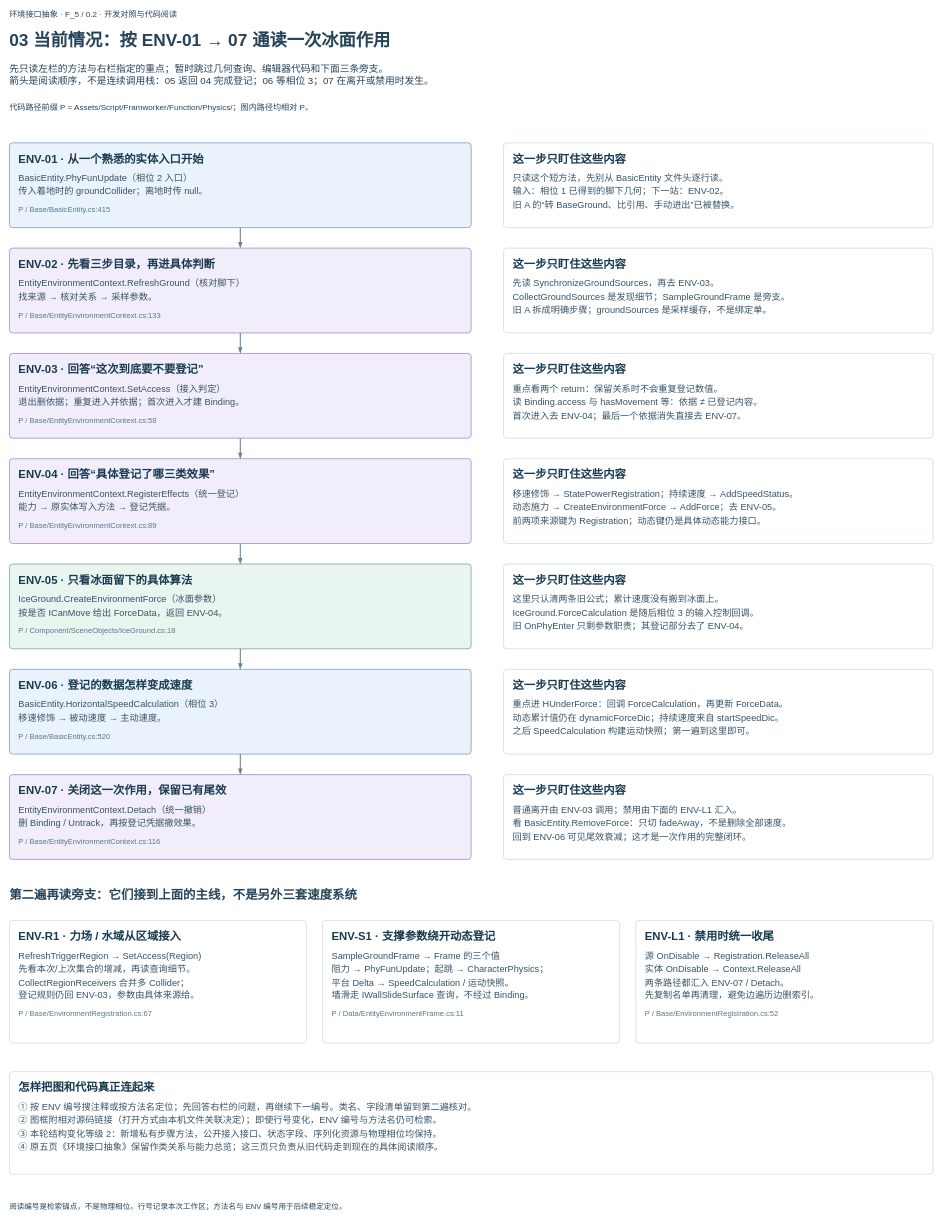
Above: page "03 当前情况：按 ENV-01 → 07 通读一次冰面作用" (3 of 3) of Docs/环境接口抽象-开发对照.drawio in TaiTanw/New2DObject (draw.io), before the change. Source tidied: cells renumbered, new cells numbered last; positions are measured from the earlier drawing's top-left corner, leaving out a move shared by most shapes. Both pictures are drawn from the tidied source at 54%, with x=0, y=0 at pixel (9, 9).
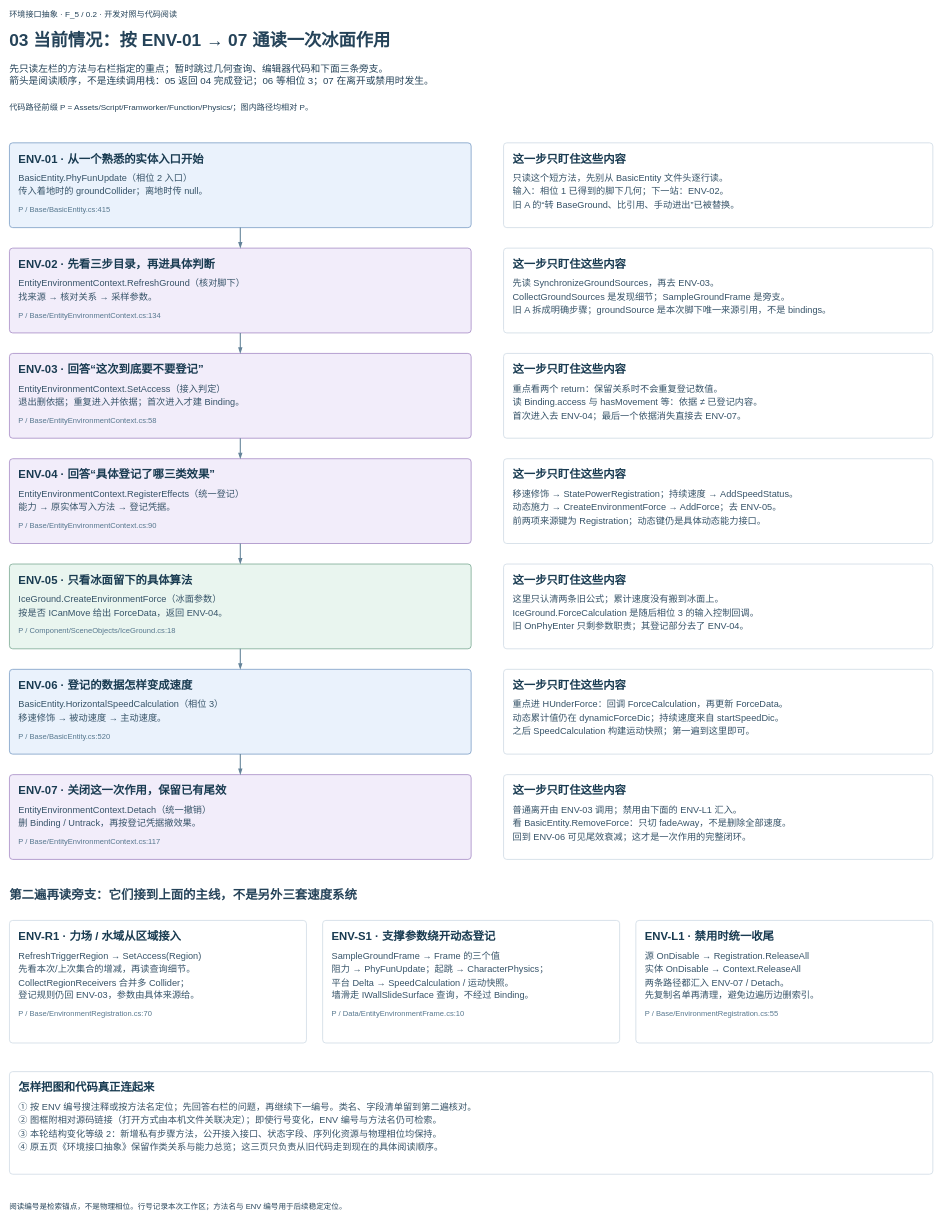
After the change.

The edit, as a diff of the source:
```diff
@@
-    <mxCell id="9" value="&lt;div style=&quot;box-sizing:border-box;padding:15px 17px;width:100%;font-family:Microsoft YaHei;line-height:1.45;text-align:left;&quot;&gt;&lt;div style=&quot;font-size:21px;font-weight:bold;color:#193B51;&quot;&gt;ENV-02 · 先看三步目录，再进具体判断&lt;/div&gt;&lt;div style=&quot;font-size:17px;color:#365368;margin-top:9px;&quot;&gt;EntityEnvironmentContext.RefreshGround（核对脚下）&lt;br&gt;找来源 → 核对关系 → 采样参数。&lt;/div&gt;&lt;div style=&quot;font-size:14px;color:#56778E;margin-top:10px;&quot;&gt;P / Base/EntityEnvironmentContext.cs:133&lt;/div&gt;&lt;/div&gt;" style="rounded=1;absoluteArcSize=1;arcSize=12;whiteSpace=wrap;html=1;overflow=fill;align=left;verticalAlign=top;fillColor=#F2EDFA;strokeColor=#A88EC7;strokeWidth=1.5;dashed=0;dashPattern=8 5;" parent="1" vertex="1">
+    <mxCell id="9" value="&lt;div style=&quot;box-sizing:border-box;padding:15px 17px;width:100%;font-family:Microsoft YaHei;line-height:1.45;text-align:left;&quot;&gt;&lt;div style=&quot;font-size:21px;font-weight:bold;color:#193B51;&quot;&gt;ENV-02 · 先看三步目录，再进具体判断&lt;/div&gt;&lt;div style=&quot;font-size:17px;color:#365368;margin-top:9px;&quot;&gt;EntityEnvironmentContext.RefreshGround（核对脚下）&lt;br&gt;找来源 → 核对关系 → 采样参数。&lt;/div&gt;&lt;div style=&quot;font-size:14px;color:#56778E;margin-top:10px;&quot;&gt;P / Base/EntityEnvironmentContext.cs:134&lt;/div&gt;&lt;/div&gt;" style="rounded=1;absoluteArcSize=1;arcSize=12;whiteSpace=wrap;html=1;overflow=fill;align=left;verticalAlign=top;fillColor=#F2EDFA;strokeColor=#A88EC7;strokeWidth=1.5;dashed=0;dashPattern=8 5;" parent="1" vertex="1">
       <mxGeometry y="442" width="855" height="157" as="geometry" />
     </mxCell>
-    <mxCell id="10" value="&lt;div style=&quot;box-sizing:border-box;padding:15px 17px;width:100%;font-family:Microsoft YaHei;line-height:1.45;text-align:left;&quot;&gt;&lt;div style=&quot;font-size:21px;font-weight:bold;color:#193B51;&quot;&gt;这一步只盯住这些内容&lt;/div&gt;&lt;div style=&quot;font-size:17px;color:#365368;margin-top:9px;&quot;&gt;先读 SynchronizeGroundSources，再去 ENV-03。&lt;br&gt;CollectGroundSources 是发现细节；SampleGroundFrame 是旁支。&lt;br&gt;旧 A 拆成明确步骤；groundSources 是采样缓存，不是绑定单。&lt;/div&gt;&lt;/div&gt;" style="rounded=1;absoluteArcSize=1;arcSize=12;whiteSpace=wrap;html=1;overflow=fill;align=left;verticalAlign=top;fillColor=#FFFFFF;strokeColor=#D1DCE5;strokeWidth=1.5;dashed=0;dashPattern=8 5;" parent="1" vertex="1">
+    <mxCell id="10" value="&lt;div style=&quot;box-sizing:border-box;padding:15px 17px;width:100%;font-family:Microsoft YaHei;line-height:1.45;text-align:left;&quot;&gt;&lt;div style=&quot;font-size:21px;font-weight:bold;color:#193B51;&quot;&gt;这一步只盯住这些内容&lt;/div&gt;&lt;div style=&quot;font-size:17px;color:#365368;margin-top:9px;&quot;&gt;先读 SynchronizeGroundSources，再去 ENV-03。&lt;br&gt;CollectGroundSources 是发现细节；SampleGroundFrame 是旁支。&lt;br&gt;旧 A 拆成明确步骤；groundSource 是本次脚下唯一来源引用，不是 bindings。&lt;/div&gt;&lt;/div&gt;" style="rounded=1;absoluteArcSize=1;arcSize=12;whiteSpace=wrap;html=1;overflow=fill;align=left;verticalAlign=top;fillColor=#FFFFFF;strokeColor=#D1DCE5;strokeWidth=1.5;dashed=0;dashPattern=8 5;" parent="1" vertex="1">
       <mxGeometry x="915" y="442" width="795" height="157" as="geometry" />
     </mxCell>
@@
-    <mxCell id="15" value="&lt;div style=&quot;box-sizing:border-box;padding:15px 17px;width:100%;font-family:Microsoft YaHei;line-height:1.45;text-align:left;&quot;&gt;&lt;div style=&quot;font-size:21px;font-weight:bold;color:#193B51;&quot;&gt;ENV-04 · 回答“具体登记了哪三类效果”&lt;/div&gt;&lt;div style=&quot;font-size:17px;color:#365368;margin-top:9px;&quot;&gt;EntityEnvironmentContext.RegisterEffects（统一登记）&lt;br&gt;能力 → 原实体写入方法 → 登记凭据。&lt;/div&gt;&lt;div style=&quot;font-size:14px;color:#56778E;margin-top:10px;&quot;&gt;P / Base/EntityEnvironmentContext.cs:89&lt;/div&gt;&lt;/div&gt;" style="rounded=1;absoluteArcSize=1;arcSize=12;whiteSpace=wrap;html=1;overflow=fill;align=left;verticalAlign=top;fillColor=#F2EDFA;strokeColor=#A88EC7;strokeWidth=1.5;dashed=0;dashPattern=8 5;" parent="1" vertex="1">
+    <mxCell id="15" value="&lt;div style=&quot;box-sizing:border-box;padding:15px 17px;width:100%;font-family:Microsoft YaHei;line-height:1.45;text-align:left;&quot;&gt;&lt;div style=&quot;font-size:21px;font-weight:bold;color:#193B51;&quot;&gt;ENV-04 · 回答“具体登记了哪三类效果”&lt;/div&gt;&lt;div style=&quot;font-size:17px;color:#365368;margin-top:9px;&quot;&gt;EntityEnvironmentContext.RegisterEffects（统一登记）&lt;br&gt;能力 → 原实体写入方法 → 登记凭据。&lt;/div&gt;&lt;div style=&quot;font-size:14px;color:#56778E;margin-top:10px;&quot;&gt;P / Base/EntityEnvironmentContext.cs:90&lt;/div&gt;&lt;/div&gt;" style="rounded=1;absoluteArcSize=1;arcSize=12;whiteSpace=wrap;html=1;overflow=fill;align=left;verticalAlign=top;fillColor=#F2EDFA;strokeColor=#A88EC7;strokeWidth=1.5;dashed=0;dashPattern=8 5;" parent="1" vertex="1">
       <mxGeometry y="832" width="855" height="157" as="geometry" />
     </mxCell>
@@
-    <mxCell id="24" value="&lt;div style=&quot;box-sizing:border-box;padding:15px 17px;width:100%;font-family:Microsoft YaHei;line-height:1.45;text-align:left;&quot;&gt;&lt;div style=&quot;font-size:21px;font-weight:bold;color:#193B51;&quot;&gt;ENV-07 · 关闭这一次作用，保留已有尾效&lt;/div&gt;&lt;div style=&quot;font-size:17px;color:#365368;margin-top:9px;&quot;&gt;EntityEnvironmentContext.Detach（统一撤销）&lt;br&gt;删 Binding / Untrack，再按登记凭据撤效果。&lt;/div&gt;&lt;div style=&quot;font-size:14px;color:#56778E;margin-top:10px;&quot;&gt;P / Base/EntityEnvironmentContext.cs:116&lt;/div&gt;&lt;/div&gt;" style="rounded=1;absoluteArcSize=1;arcSize=12;whiteSpace=wrap;html=1;overflow=fill;align=left;verticalAlign=top;fillColor=#F2EDFA;strokeColor=#A88EC7;strokeWidth=1.5;dashed=0;dashPattern=8 5;" parent="1" vertex="1">
+    <mxCell id="24" value="&lt;div style=&quot;box-sizing:border-box;padding:15px 17px;width:100%;font-family:Microsoft YaHei;line-height:1.45;text-align:left;&quot;&gt;&lt;div style=&quot;font-size:21px;font-weight:bold;color:#193B51;&quot;&gt;ENV-07 · 关闭这一次作用，保留已有尾效&lt;/div&gt;&lt;div style=&quot;font-size:17px;color:#365368;margin-top:9px;&quot;&gt;EntityEnvironmentContext.Detach（统一撤销）&lt;br&gt;删 Binding / Untrack，再按登记凭据撤效果。&lt;/div&gt;&lt;div style=&quot;font-size:14px;color:#56778E;margin-top:10px;&quot;&gt;P / Base/EntityEnvironmentContext.cs:117&lt;/div&gt;&lt;/div&gt;" style="rounded=1;absoluteArcSize=1;arcSize=12;whiteSpace=wrap;html=1;overflow=fill;align=left;verticalAlign=top;fillColor=#F2EDFA;strokeColor=#A88EC7;strokeWidth=1.5;dashed=0;dashPattern=8 5;" parent="1" vertex="1">
       <mxGeometry y="1417" width="855" height="157" as="geometry" />
     </mxCell>
@@
-    <mxCell id="28" value="&lt;div style=&quot;box-sizing:border-box;padding:15px 17px;width:100%;font-family:Microsoft YaHei;line-height:1.45;text-align:left;&quot;&gt;&lt;div style=&quot;font-size:21px;font-weight:bold;color:#193B51;&quot;&gt;ENV-R1 · 力场 / 水域从区域接入&lt;/div&gt;&lt;div style=&quot;font-size:17px;color:#365368;margin-top:9px;&quot;&gt;RefreshTriggerRegion → SetAccess(Region)&lt;br&gt;先看本次/上次集合的增减，再读查询细节。&lt;br&gt;CollectRegionReceivers 合并多 Collider；&lt;br&gt;登记规则仍回 ENV-03，参数由具体来源给。&lt;/div&gt;&lt;div style=&quot;font-size:14px;color:#56778E;margin-top:10px;&quot;&gt;P / Base/EnvironmentRegistration.cs:67&lt;/div&gt;&lt;/div&gt;" style="rounded=1;absoluteArcSize=1;arcSize=12;whiteSpace=wrap;html=1;overflow=fill;align=left;verticalAlign=top;fillColor=#FFFFFF;strokeColor=#D1DCE5;strokeWidth=1.5;dashed=0;dashPattern=8 5;" parent="1" vertex="1">
+    <mxCell id="28" value="&lt;div style=&quot;box-sizing:border-box;padding:15px 17px;width:100%;font-family:Microsoft YaHei;line-height:1.45;text-align:left;&quot;&gt;&lt;div style=&quot;font-size:21px;font-weight:bold;color:#193B51;&quot;&gt;ENV-R1 · 力场 / 水域从区域接入&lt;/div&gt;&lt;div style=&quot;font-size:17px;color:#365368;margin-top:9px;&quot;&gt;RefreshTriggerRegion → SetAccess(Region)&lt;br&gt;先看本次/上次集合的增减，再读查询细节。&lt;br&gt;CollectRegionReceivers 合并多 Collider；&lt;br&gt;登记规则仍回 ENV-03，参数由具体来源给。&lt;/div&gt;&lt;div style=&quot;font-size:14px;color:#56778E;margin-top:10px;&quot;&gt;P / Base/EnvironmentRegistration.cs:70&lt;/div&gt;&lt;/div&gt;" style="rounded=1;absoluteArcSize=1;arcSize=12;whiteSpace=wrap;html=1;overflow=fill;align=left;verticalAlign=top;fillColor=#FFFFFF;strokeColor=#D1DCE5;strokeWidth=1.5;dashed=0;dashPattern=8 5;" parent="1" vertex="1">
       <mxGeometry y="1687" width="550" height="227" as="geometry" />
     </mxCell>
-    <mxCell id="29" value="&lt;div style=&quot;box-sizing:border-box;padding:15px 17px;width:100%;font-family:Microsoft YaHei;line-height:1.45;text-align:left;&quot;&gt;&lt;div style=&quot;font-size:21px;font-weight:bold;color:#193B51;&quot;&gt;ENV-S1 · 支撑参数绕开动态登记&lt;/div&gt;&lt;div style=&quot;font-size:17px;color:#365368;margin-top:9px;&quot;&gt;SampleGroundFrame → Frame 的三个值&lt;br&gt;阻力 → PhyFunUpdate；起跳 → CharacterPhysics；&lt;br&gt;平台 Delta → SpeedCalculation / 运动快照。&lt;br&gt;墙滑走 IWallSlideSurface 查询，不经过 Binding。&lt;/div&gt;&lt;div style=&quot;font-size:14px;color:#56778E;margin-top:10px;&quot;&gt;P / Data/EntityEnvironmentFrame.cs:11&lt;/div&gt;&lt;/div&gt;" style="rounded=1;absoluteArcSize=1;arcSize=12;whiteSpace=wrap;html=1;overflow=fill;align=left;verticalAlign=top;fillColor=#FFFFFF;strokeColor=#D1DCE5;strokeWidth=1.5;dashed=0;dashPattern=8 5;" parent="1" vertex="1">
+    <mxCell id="29" value="&lt;div style=&quot;box-sizing:border-box;padding:15px 17px;width:100%;font-family:Microsoft YaHei;line-height:1.45;text-align:left;&quot;&gt;&lt;div style=&quot;font-size:21px;font-weight:bold;color:#193B51;&quot;&gt;ENV-S1 · 支撑参数绕开动态登记&lt;/div&gt;&lt;div style=&quot;font-size:17px;color:#365368;margin-top:9px;&quot;&gt;SampleGroundFrame → Frame 的三个值&lt;br&gt;阻力 → PhyFunUpdate；起跳 → CharacterPhysics；&lt;br&gt;平台 Delta → SpeedCalculation / 运动快照。&lt;br&gt;墙滑走 IWallSlideSurface 查询，不经过 Binding。&lt;/div&gt;&lt;div style=&quot;font-size:14px;color:#56778E;margin-top:10px;&quot;&gt;P / Data/EntityEnvironmentFrame.cs:10&lt;/div&gt;&lt;/div&gt;" style="rounded=1;absoluteArcSize=1;arcSize=12;whiteSpace=wrap;html=1;overflow=fill;align=left;verticalAlign=top;fillColor=#FFFFFF;strokeColor=#D1DCE5;strokeWidth=1.5;dashed=0;dashPattern=8 5;" parent="1" vertex="1">
       <mxGeometry x="580" y="1687" width="550" height="227" as="geometry" />
     </mxCell>
-    <mxCell id="30" value="&lt;div style=&quot;box-sizing:border-box;padding:15px 17px;width:100%;font-family:Microsoft YaHei;line-height:1.45;text-align:left;&quot;&gt;&lt;div style=&quot;font-size:21px;font-weight:bold;color:#193B51;&quot;&gt;ENV-L1 · 禁用时统一收尾&lt;/div&gt;&lt;div style=&quot;font-size:17px;color:#365368;margin-top:9px;&quot;&gt;源 OnDisable → Registration.ReleaseAll&lt;br&gt;实体 OnDisable → Context.ReleaseAll&lt;br&gt;两条路径都汇入 ENV-07 / Detach。&lt;br&gt;先复制名单再清理，避免边遍历边删索引。&lt;/div&gt;&lt;div style=&quot;font-size:14px;color:#56778E;margin-top:10px;&quot;&gt;P / Base/EnvironmentRegistration.cs:52&lt;/div&gt;&lt;/div&gt;" style="rounded=1;absoluteArcSize=1;arcSize=12;whiteSpace=wrap;html=1;overflow=fill;align=left;verticalAlign=top;fillColor=#FFFFFF;strokeColor=#D1DCE5;strokeWidth=1.5;dashed=0;dashPattern=8 5;" parent="1" vertex="1">
+    <mxCell id="30" value="&lt;div style=&quot;box-sizing:border-box;padding:15px 17px;width:100%;font-family:Microsoft YaHei;line-height:1.45;text-align:left;&quot;&gt;&lt;div style=&quot;font-size:21px;font-weight:bold;color:#193B51;&quot;&gt;ENV-L1 · 禁用时统一收尾&lt;/div&gt;&lt;div style=&quot;font-size:17px;color:#365368;margin-top:9px;&quot;&gt;源 OnDisable → Registration.ReleaseAll&lt;br&gt;实体 OnDisable → Context.ReleaseAll&lt;br&gt;两条路径都汇入 ENV-07 / Detach。&lt;br&gt;先复制名单再清理，避免边遍历边删索引。&lt;/div&gt;&lt;div style=&quot;font-size:14px;color:#56778E;margin-top:10px;&quot;&gt;P / Base/EnvironmentRegistration.cs:55&lt;/div&gt;&lt;/div&gt;" style="rounded=1;absoluteArcSize=1;arcSize=12;whiteSpace=wrap;html=1;overflow=fill;align=left;verticalAlign=top;fillColor=#FFFFFF;strokeColor=#D1DCE5;strokeWidth=1.5;dashed=0;dashPattern=8 5;" parent="1" vertex="1">
       <mxGeometry x="1160" y="1687" width="550" height="227" as="geometry" />
     </mxCell>
```
